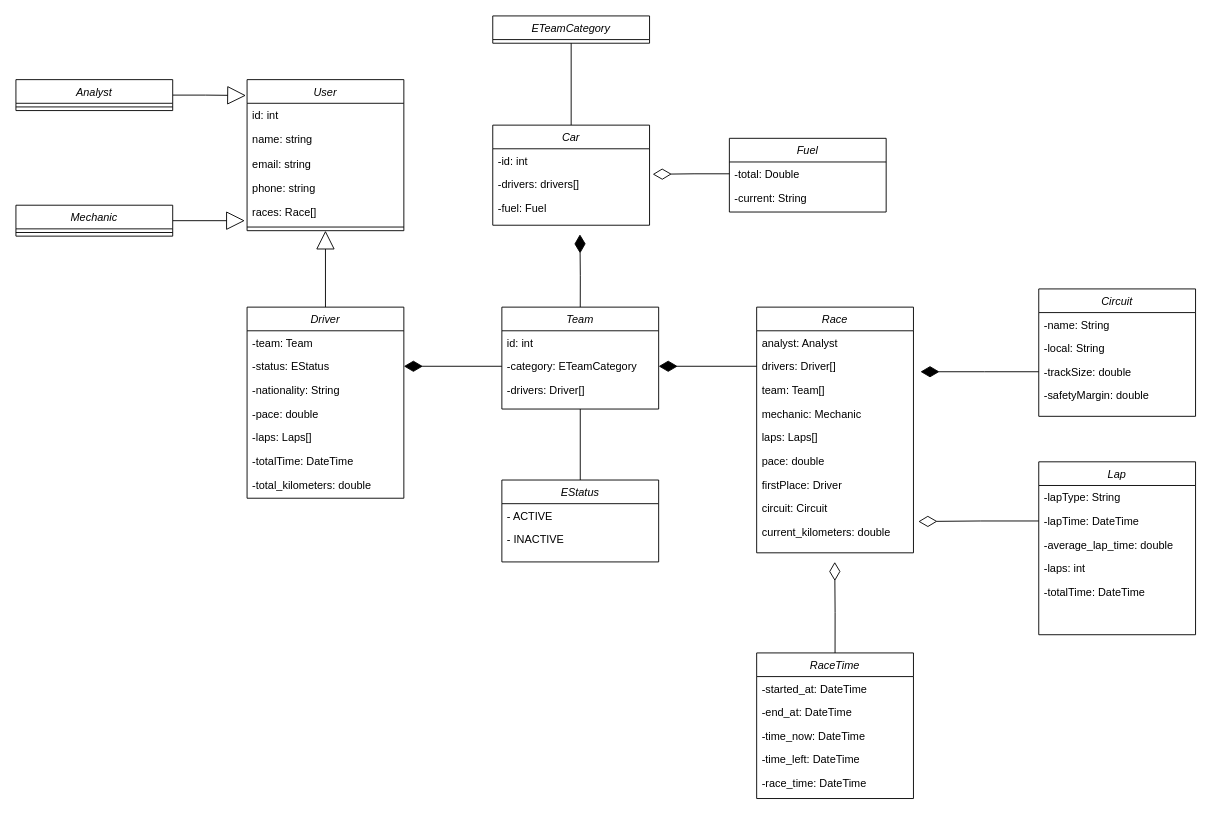
Earlier version of the draw.io diagram Diagrama-classes-race-engineering.drawio (joeyclapton/puc). Source tidied: cells renumbered, new cells numbered last; positions are measured from the earlier drawing's top-left corner, leaving out a move shared by most shapes. Both pictures are drawn from the tidied source at 91%, with x=0, y=0 at pixel (15, 15).
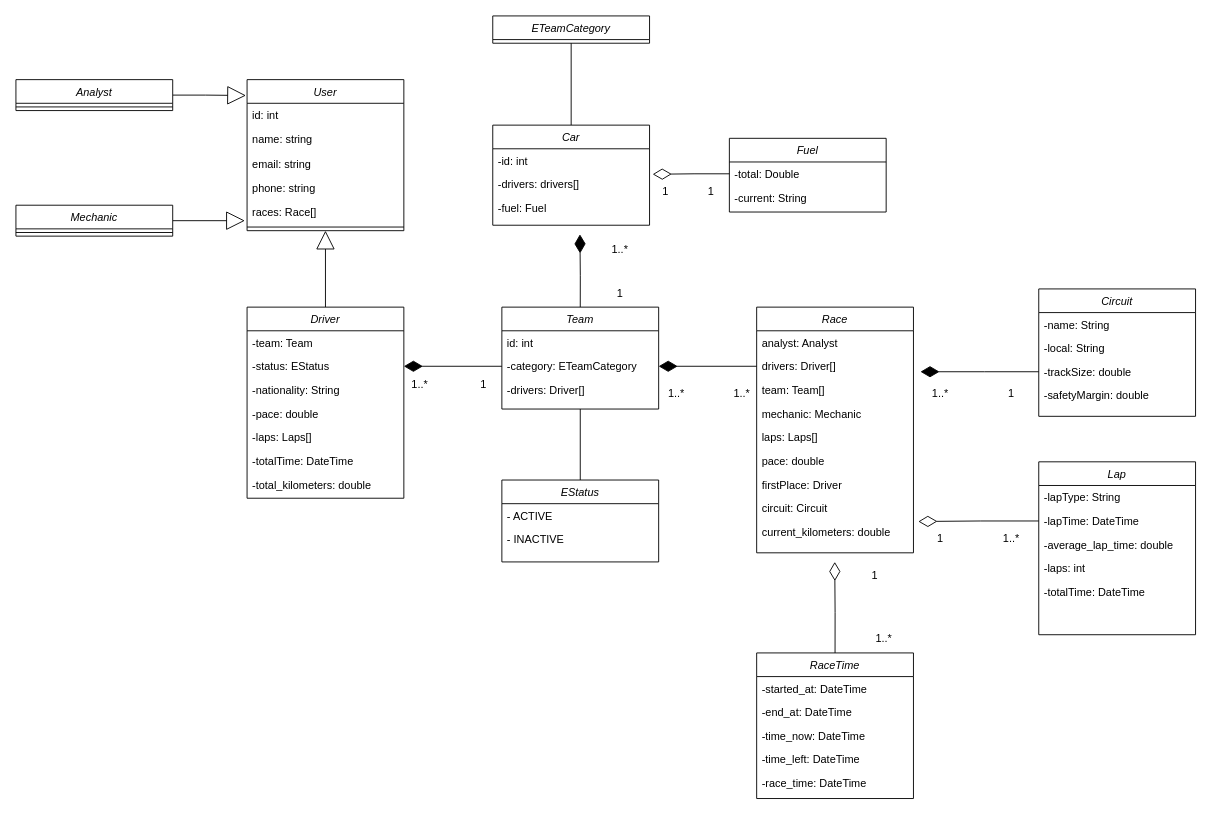
Above is the later version.

Diff of the diagram source:
```diff
@@
+    <mxCell id="75" value="1..*" style="text;html=1;strokeColor=none;fillColor=none;align=center;verticalAlign=middle;whiteSpace=wrap;rounded=0;" parent="1" vertex="1">
+      <mxGeometry x="414" y="390" width="60" height="30" as="geometry" />
+    </mxCell>
+    <mxCell id="76" value="1" style="text;html=1;strokeColor=none;fillColor=none;align=center;verticalAlign=middle;whiteSpace=wrap;rounded=0;" parent="1" vertex="1">
+      <mxGeometry x="484" y="390" width="60" height="30" as="geometry" />
+    </mxCell>
+    <mxCell id="77" value="1..*" style="text;html=1;strokeColor=none;fillColor=none;align=center;verticalAlign=middle;whiteSpace=wrap;rounded=0;" parent="1" vertex="1">
+      <mxGeometry x="634" y="242" width="60" height="30" as="geometry" />
+    </mxCell>
+    <mxCell id="78" value="1" style="text;html=1;strokeColor=none;fillColor=none;align=center;verticalAlign=middle;whiteSpace=wrap;rounded=0;" parent="1" vertex="1">
+      <mxGeometry x="634" y="290" width="60" height="30" as="geometry" />
+    </mxCell>
+    <mxCell id="79" value="1" style="text;html=1;strokeColor=none;fillColor=none;align=center;verticalAlign=middle;whiteSpace=wrap;rounded=0;" parent="1" vertex="1">
+      <mxGeometry x="734" y="178" width="60" height="30" as="geometry" />
+    </mxCell>
+    <mxCell id="80" value="1" style="text;html=1;strokeColor=none;fillColor=none;align=center;verticalAlign=middle;whiteSpace=wrap;rounded=0;" parent="1" vertex="1">
+      <mxGeometry x="684" y="177" width="60" height="32" as="geometry" />
+    </mxCell>
+    <mxCell id="81" value="1..*" style="text;html=1;strokeColor=none;fillColor=none;align=center;verticalAlign=middle;whiteSpace=wrap;rounded=0;" parent="1" vertex="1">
+      <mxGeometry x="696.3" y="400" width="60" height="30" as="geometry" />
+    </mxCell>
+    <mxCell id="82" value="1..*" style="text;html=1;strokeColor=none;fillColor=none;align=center;verticalAlign=middle;whiteSpace=wrap;rounded=0;" parent="1" vertex="1">
+      <mxGeometry x="768" y="400" width="60" height="30" as="geometry" />
+    </mxCell>
+    <mxCell id="83" value="1..*" style="text;html=1;strokeColor=none;fillColor=none;align=center;verticalAlign=middle;whiteSpace=wrap;rounded=0;" parent="1" vertex="1">
+      <mxGeometry x="986.3" y="400" width="60" height="30" as="geometry" />
+    </mxCell>
+    <mxCell id="84" value="1" style="text;html=1;strokeColor=none;fillColor=none;align=center;verticalAlign=middle;whiteSpace=wrap;rounded=0;" parent="1" vertex="1">
+      <mxGeometry x="1064" y="400" width="60" height="30" as="geometry" />
+    </mxCell>
+    <mxCell id="85" value="1" style="text;html=1;strokeColor=none;fillColor=none;align=center;verticalAlign=middle;whiteSpace=wrap;rounded=0;" parent="1" vertex="1">
+      <mxGeometry x="986.3" y="560" width="60" height="30" as="geometry" />
+    </mxCell>
+    <mxCell id="86" value="1..*" style="text;html=1;strokeColor=none;fillColor=none;align=center;verticalAlign=middle;whiteSpace=wrap;rounded=0;" parent="1" vertex="1">
+      <mxGeometry x="1064" y="560" width="60" height="30" as="geometry" />
+    </mxCell>
+    <mxCell id="87" value="1" style="text;html=1;strokeColor=none;fillColor=none;align=center;verticalAlign=middle;whiteSpace=wrap;rounded=0;" parent="1" vertex="1">
+      <mxGeometry x="914" y="600" width="60" height="30" as="geometry" />
+    </mxCell>
+    <mxCell id="88" value="1..*" style="text;html=1;strokeColor=none;fillColor=none;align=center;verticalAlign=middle;whiteSpace=wrap;rounded=0;" parent="1" vertex="1">
+      <mxGeometry x="924" y="670" width="60" height="30" as="geometry" />
+    </mxCell>
```
